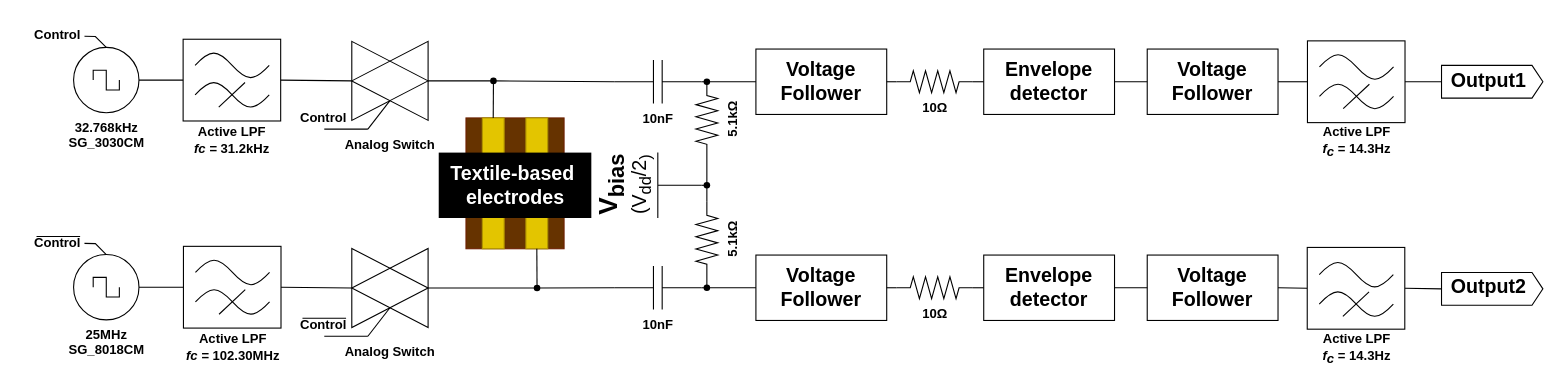
10matcho27/drawio_figure keeps this draw.io diagram as forSensorSymposium.drawio. Above is the earlier version. Source tidied: cells renumbered, new cells numbered last; positions are measured from the earlier drawing's top-left corner, leaving out a move shared by most shapes. Both pictures are drawn from the tidied source at 109%, with x=0, y=0 at pixel (19, 19).
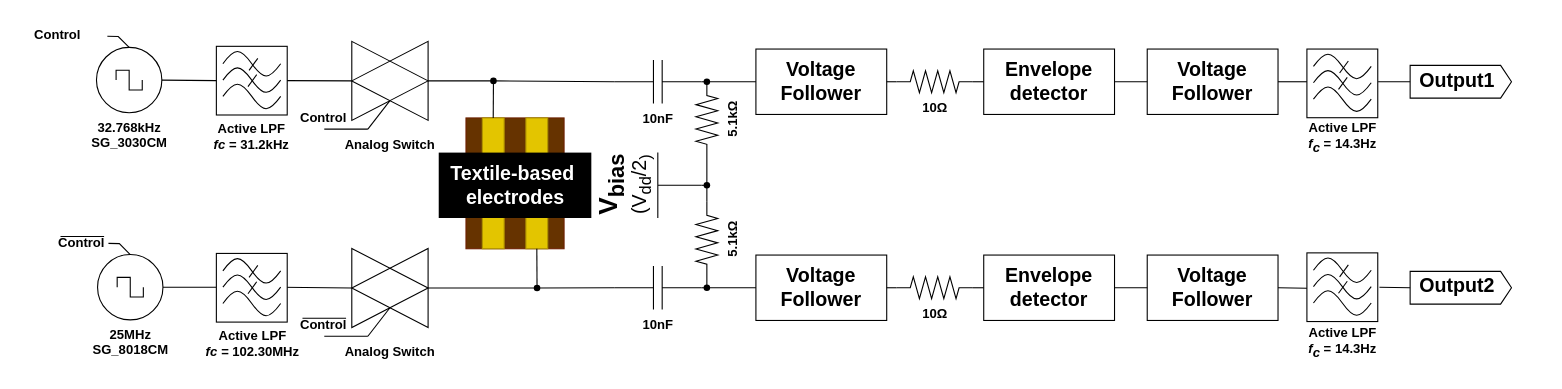
The same page after the edit.

Commit message:
forSensorSymposium.drawio を更新します

Unchanged cells that the change refers to:
```xml
<mxCell id="33" value="&lt;font face=&quot;Century&quot;&gt;&lt;b&gt;Voltage Follower&lt;br&gt;&lt;/b&gt;&lt;/font&gt;" style="rounded=0;whiteSpace=wrap;html=1;labelBackgroundColor=none;fontFamily=Helvetica;fontSize=18;fillColor=none;" parent="1" vertex="1">
  <mxGeometry x="1035" y="27.5" width="120" height="60" as="geometry" />
</mxCell>
<mxCell id="44" value="&lt;font face=&quot;Century&quot;&gt;&lt;b&gt;Voltage Follower&lt;br&gt;&lt;/b&gt;&lt;/font&gt;" style="rounded=0;whiteSpace=wrap;html=1;labelBackgroundColor=none;fontFamily=Helvetica;fontSize=18;fillColor=none;" parent="1" vertex="1">
  <mxGeometry x="1035" y="216.5" width="120" height="60" as="geometry" />
</mxCell>
<mxCell id="80" style="verticalLabelPosition=bottom;verticalAlign=top;html=1;shape=mxgraph.basic.acute_triangle;dx=0.5;rotation=-90;" parent="1" vertex="1">
  <mxGeometry x="304" y="211.7" width="72.5" height="70" as="geometry" />
</mxCell>
```

What changed in the source:
```diff
@@
     <mxCell id="2" value="&lt;div&gt;&lt;font face=&quot;Century&quot;&gt;&lt;b&gt;32.768kHz&lt;/b&gt;&lt;/font&gt;&lt;/div&gt;&lt;div&gt;&lt;font face=&quot;Century&quot;&gt;&lt;b&gt;SG_3030CM&lt;br&gt;&lt;/b&gt;&lt;/font&gt;&lt;/div&gt;" style="verticalLabelPosition=bottom;shadow=0;dashed=0;align=center;html=1;verticalAlign=top;shape=mxgraph.electrical.signal_sources.source;points=[[0.5,0,0],[1,0.5,0],[0.5,1,0],[0,0.5,0]];elSignalType=square;" parent="1" vertex="1">
-      <mxGeometry x="50" y="26" width="60" height="60" as="geometry" />
+      <mxGeometry x="71" y="26" width="60" height="60" as="geometry" />
     </mxCell>
@@
     <mxCell id="4" style="rounded=0;whiteSpace=wrap;html=1;" parent="1" vertex="1">
-      <mxGeometry x="150.5" y="18.5" width="89.5" height="75" as="geometry" />
+      <mxGeometry x="181" y="25" width="65" height="63" as="geometry" />
     </mxCell>
-    <mxCell id="5" style="verticalLabelPosition=bottom;shadow=0;dashed=0;align=center;html=1;verticalAlign=top;shape=mxgraph.electrical.waveforms.sine_wave;" parent="1" vertex="1">
-      <mxGeometry x="161.5" y="27.5" width="68" height="30" as="geometry" />
-    </mxCell>
-    <mxCell id="6" style="verticalLabelPosition=bottom;shadow=0;dashed=0;align=center;html=1;verticalAlign=top;shape=mxgraph.electrical.waveforms.sine_wave;" parent="1" vertex="1">
-      <mxGeometry x="161.5" y="54.5" width="68" height="30" as="geometry" />
-    </mxCell>
-    <mxCell id="7" style="endArrow=none;html=1;rounded=0;" parent="1" edge="1">
-      <mxGeometry relative="1" as="geometry">
-        <mxPoint x="183.2" y="80.8" as="sourcePoint" />
-        <mxPoint x="207.3" y="58.2" as="targetPoint" />
-      </mxGeometry>
-    </mxCell>
@@
     <mxCell id="9" value="&lt;div&gt;&lt;font face=&quot;Century&quot;&gt;&lt;b&gt;Active LPF&lt;/b&gt;&lt;/font&gt;&lt;/div&gt;&lt;div&gt;&lt;font face=&quot;Century&quot;&gt;&lt;b&gt;&lt;i&gt;fc = &lt;/i&gt;31.2kHz&lt;br&gt;&lt;/b&gt;&lt;/font&gt;&lt;/div&gt;" style="text;html=1;align=center;verticalAlign=middle;strokeColor=none;fillColor=none;fontFamily=Helvetica;" parent="1" vertex="1">
-      <mxGeometry x="145" y="91" width="100" height="40" as="geometry" />
+      <mxGeometry x="163" y="88" width="100" height="40" as="geometry" />
     </mxCell>
@@
     <mxCell id="34" style="shape=mxgraph.arrows2.arrow;verticalLabelPosition=bottom;shadow=0;dashed=0;align=center;html=1;verticalAlign=top;strokeWidth=1;dy=0;dx=10;notch=0;labelBackgroundColor=none;fontFamily=Helvetica;fontSize=18;fillColor=none;" parent="1" vertex="1">
-      <mxGeometry x="1305" y="42.5" width="93" height="30" as="geometry" />
+      <mxGeometry x="1276.2" y="42.5" width="93" height="30" as="geometry" />
     </mxCell>
     <mxCell id="35" value="&lt;font face=&quot;Century&quot;&gt;&lt;b&gt;Output1&lt;/b&gt;&lt;/font&gt;" style="text;html=1;align=center;verticalAlign=middle;strokeColor=none;fillColor=none;fontSize=18;fontFamily=Helvetica;" parent="1" vertex="1">
-      <mxGeometry x="1298" y="36.7" width="100" height="40" as="geometry" />
+      <mxGeometry x="1269.2" y="36.7" width="100" height="40" as="geometry" />
     </mxCell>
@@
-    <mxCell id="39" style="endArrow=none;html=1;rounded=0;exitX=1;exitY=0.5;exitDx=0;exitDy=0;entryX=0;entryY=0.5;entryDx=0;entryDy=0;" parent="1" edge="1" source="33" target="90">
-      <mxGeometry relative="1" as="geometry" />
+    <mxCell id="39" style="endArrow=none;html=1;rounded=0;exitX=1;exitY=0.5;exitDx=0;exitDy=0;entryX=0;entryY=0.5;entryDx=0;entryDy=0;" parent="1" edge="1" source="33">
+      <mxGeometry relative="1" as="geometry">
+        <mxPoint x="1182" y="57.5" as="targetPoint" />
+      </mxGeometry>
     </mxCell>
-    <mxCell id="40" style="endArrow=none;html=1;rounded=0;exitX=1;exitY=0.5;exitDx=0;exitDy=0;entryX=0;entryY=0.5;entryDx=0;entryDy=0;entryPerimeter=0;" parent="1" edge="1" source="90" target="34">
-      <mxGeometry relative="1" as="geometry" />
+    <mxCell id="40" style="endArrow=none;html=1;rounded=0;exitX=1;exitY=0.5;exitDx=0;exitDy=0;entryX=0;entryY=0.5;entryDx=0;entryDy=0;entryPerimeter=0;" parent="1" edge="1" target="34">
+      <mxGeometry relative="1" as="geometry">
+        <mxPoint x="1246.8" y="57.5" as="sourcePoint" />
+      </mxGeometry>
     </mxCell>
@@
     <mxCell id="45" style="shape=mxgraph.arrows2.arrow;verticalLabelPosition=bottom;shadow=0;dashed=0;align=center;html=1;verticalAlign=top;strokeWidth=1;dy=0;dx=10;notch=0;labelBackgroundColor=none;fontFamily=Helvetica;fontSize=18;fillColor=none;" parent="1" vertex="1">
-      <mxGeometry x="1305" y="232.5" width="93" height="30" as="geometry" />
+      <mxGeometry x="1276.2" y="231.5" width="93" height="30" as="geometry" />
     </mxCell>
     <mxCell id="46" value="&lt;font face=&quot;Century&quot;&gt;&lt;b&gt;Output2&lt;/b&gt;&lt;/font&gt;" style="text;html=1;align=center;verticalAlign=middle;strokeColor=none;fillColor=none;fontSize=18;fontFamily=Helvetica;" parent="1" vertex="1">
-      <mxGeometry x="1298" y="226" width="100" height="40" as="geometry" />
+      <mxGeometry x="1269.2" y="225" width="100" height="40" as="geometry" />
     </mxCell>
@@
-    <mxCell id="50" style="endArrow=none;html=1;rounded=0;exitX=1;exitY=0.5;exitDx=0;exitDy=0;entryX=0;entryY=0.5;entryDx=0;entryDy=0;" parent="1" edge="1" source="44" target="95">
-      <mxGeometry relative="1" as="geometry" />
+    <mxCell id="50" style="endArrow=none;html=1;rounded=0;exitX=1;exitY=0.5;exitDx=0;exitDy=0;entryX=0;entryY=0.5;entryDx=0;entryDy=0;" parent="1" edge="1" source="44">
+      <mxGeometry relative="1" as="geometry">
+        <mxPoint x="1181.8" y="247" as="targetPoint" />
+      </mxGeometry>
     </mxCell>
-    <mxCell id="51" style="endArrow=none;html=1;rounded=0;exitX=1;exitY=0.5;exitDx=0;exitDy=0;entryX=0;entryY=0.5;entryDx=0;entryDy=0;entryPerimeter=0;" parent="1" edge="1" source="95" target="45">
+    <mxCell id="51" style="endArrow=none;html=1;rounded=0;entryX=0;entryY=0.5;entryDx=0;entryDy=0;entryPerimeter=0;exitX=1.142;exitY=0.017;exitDx=0;exitDy=0;exitPerimeter=0;" parent="1" edge="1" source="120" target="45">
       <mxGeometry relative="1" as="geometry" />
     </mxCell>
     <mxCell id="52" value="&lt;div&gt;&lt;font face=&quot;Century&quot;&gt;&lt;b&gt;25MHz&lt;/b&gt;&lt;/font&gt;&lt;/div&gt;&lt;div&gt;&lt;font face=&quot;Century&quot;&gt;&lt;b&gt;SG_8018CM&lt;br&gt;&lt;/b&gt;&lt;/font&gt;&lt;/div&gt;" style="verticalLabelPosition=bottom;shadow=0;dashed=0;align=center;html=1;verticalAlign=top;shape=mxgraph.electrical.signal_sources.source;points=[[0.5,0,0],[1,0.5,0],[0.5,1,0],[0,0.5,0]];elSignalType=square;" parent="1" vertex="1">
-      <mxGeometry x="50" y="216" width="60" height="60" as="geometry" />
+      <mxGeometry x="72" y="216" width="60" height="60" as="geometry" />
     </mxCell>
-    <mxCell id="53" style="endArrow=none;html=1;rounded=0;exitX=1;exitY=0.5;exitDx=0;exitDy=0;exitPerimeter=0;entryX=0;entryY=0.5;entryDx=0;entryDy=0;" parent="1" edge="1" source="52" target="54">
+    <mxCell id="53" style="endArrow=none;html=1;rounded=0;exitX=1;exitY=0.5;exitDx=0;exitDy=0;exitPerimeter=0;entryX=-0.113;entryY=0;entryDx=0;entryDy=0;entryPerimeter=0;" parent="1" edge="1" source="52" target="108">
       <mxGeometry relative="1" as="geometry" />
     </mxCell>
-    <mxCell id="54" style="rounded=0;whiteSpace=wrap;html=1;" parent="1" vertex="1">
-      <mxGeometry x="150.8" y="208.5" width="89.5" height="75" as="geometry" />
-    </mxCell>
-    <mxCell id="55" style="verticalLabelPosition=bottom;shadow=0;dashed=0;align=center;html=1;verticalAlign=top;shape=mxgraph.electrical.waveforms.sine_wave;" parent="1" vertex="1">
-      <mxGeometry x="161.8" y="217.5" width="68" height="30" as="geometry" />
-    </mxCell>
-    <mxCell id="56" style="verticalLabelPosition=bottom;shadow=0;dashed=0;align=center;html=1;verticalAlign=top;shape=mxgraph.electrical.waveforms.sine_wave;" parent="1" vertex="1">
-      <mxGeometry x="161.8" y="244.5" width="68" height="30" as="geometry" />
-    </mxCell>
-    <mxCell id="57" style="endArrow=none;html=1;rounded=0;" parent="1" edge="1">
-      <mxGeometry relative="1" as="geometry">
-        <mxPoint x="183.5" y="270.8" as="sourcePoint" />
-        <mxPoint x="207.5" y="248.2" as="targetPoint" />
-      </mxGeometry>
-    </mxCell>
@@
     <mxCell id="68" style="endArrow=none;html=1;rounded=0;entryX=0.5;entryY=0;entryDx=0;entryDy=0;entryPerimeter=0;" parent="1" edge="1" target="2">
       <mxGeometry relative="1" as="geometry">
-        <mxPoint x="60" y="15.8" as="sourcePoint" />
+        <mxPoint x="81" y="15.8" as="sourcePoint" />
         <Array as="points">
-          <mxPoint x="70" y="16" />
+          <mxPoint x="91" y="16" />
         </Array>
       </mxGeometry>
     </mxCell>
@@
     <mxCell id="70" style="endArrow=none;html=1;rounded=0;entryX=0.5;entryY=0;entryDx=0;entryDy=0;entryPerimeter=0;" parent="1" edge="1">
       <mxGeometry relative="1" as="geometry">
-        <mxPoint x="60" y="205.8" as="sourcePoint" />
-        <mxPoint x="80" y="216" as="targetPoint" />
+        <mxPoint x="82" y="205.8" as="sourcePoint" />
+        <mxPoint x="102" y="216" as="targetPoint" />
         <Array as="points">
-          <mxPoint x="70" y="206" />
+          <mxPoint x="92" y="206" />
         </Array>
       </mxGeometry>
     </mxCell>
     <mxCell id="71" value="&lt;font face=&quot;Century&quot;&gt;&lt;b&gt;Control&lt;/b&gt;&lt;/font&gt;" style="text;html=1;align=center;verticalAlign=middle;strokeColor=none;fillColor=none;fontFamily=Century;" parent="1" vertex="1">
-      <mxGeometry y="191" width="70" height="30" as="geometry" />
+      <mxGeometry x="22" y="191" width="70" height="30" as="geometry" />
     </mxCell>
@@
-    <mxCell id="77" style="endArrow=none;html=1;rounded=0;entryX=0;entryY=0;entryDx=36.25;entryDy=0;entryPerimeter=0;exitX=1;exitY=0.5;exitDx=0;exitDy=0;" parent="1" edge="1" source="54" target="80">
-      <mxGeometry relative="1" as="geometry" />
+    <mxCell id="77" style="endArrow=none;html=1;rounded=0;entryX=0;entryY=0;entryDx=36.25;entryDy=0;entryPerimeter=0;exitX=1;exitY=0.5;exitDx=0;exitDy=0;" parent="1" edge="1" target="80">
+      <mxGeometry relative="1" as="geometry">
+        <mxPoint x="240.2" y="246" as="sourcePoint" />
+      </mxGeometry>
     </mxCell>
@@
     <mxCell id="87" style="endArrow=none;html=1;rounded=0;" parent="1" edge="1">
       <mxGeometry relative="1" as="geometry">
-        <mxPoint x="16" y="199.4" as="sourcePoint" />
-        <mxPoint x="56" y="199.4" as="targetPoint" />
+        <mxPoint x="38" y="199.4" as="sourcePoint" />
+        <mxPoint x="78" y="199.4" as="targetPoint" />
       </mxGeometry>
     </mxCell>
@@
     <mxCell id="89" value="&lt;div&gt;&lt;font face=&quot;Century&quot;&gt;&lt;b&gt;Active LPF&lt;/b&gt;&lt;/font&gt;&lt;/div&gt;&lt;div&gt;&lt;font face=&quot;Century&quot;&gt;&lt;b&gt;&lt;i&gt;fc = &lt;/i&gt;102.30MHz&lt;br&gt;&lt;/b&gt;&lt;/font&gt;&lt;/div&gt;" style="text;html=1;align=center;verticalAlign=middle;strokeColor=none;fillColor=none;fontFamily=Helvetica;" parent="1" vertex="1">
-      <mxGeometry x="140.8" y="281" width="110" height="40" as="geometry" />
+      <mxGeometry x="158.8" y="278" width="110" height="40" as="geometry" />
     </mxCell>
-    <mxCell id="90" style="rounded=0;whiteSpace=wrap;html=1;" parent="1" vertex="1">
-      <mxGeometry x="1182" y="20" width="89.5" height="75" as="geometry" />
-    </mxCell>
-    <mxCell id="91" style="verticalLabelPosition=bottom;shadow=0;dashed=0;align=center;html=1;verticalAlign=top;shape=mxgraph.electrical.waveforms.sine_wave;" parent="1" vertex="1">
-      <mxGeometry x="1193" y="29" width="68" height="30" as="geometry" />
-    </mxCell>
-    <mxCell id="92" style="verticalLabelPosition=bottom;shadow=0;dashed=0;align=center;html=1;verticalAlign=top;shape=mxgraph.electrical.waveforms.sine_wave;" parent="1" vertex="1">
-      <mxGeometry x="1193" y="56" width="68" height="30" as="geometry" />
-    </mxCell>
-    <mxCell id="93" style="endArrow=none;html=1;rounded=0;" parent="1" edge="1">
-      <mxGeometry relative="1" as="geometry">
-        <mxPoint x="1214.8" y="82.2" as="sourcePoint" />
-        <mxPoint x="1238.8" y="59.8" as="targetPoint" />
-      </mxGeometry>
-    </mxCell>
     <mxCell id="94" value="&lt;div style=&quot;font-size: 12px;&quot;&gt;&lt;b style=&quot;font-size: 12px;&quot;&gt;Active LPF&lt;/b&gt;&lt;/div&gt;&lt;div style=&quot;font-size: 12px;&quot;&gt;&lt;b style=&quot;font-size: 12px;&quot;&gt;&lt;i style=&quot;font-size: 12px;&quot;&gt;f&lt;sub style=&quot;font-size: 12px;&quot;&gt;c&lt;/sub&gt; &lt;/i&gt;= 14.3Hz&lt;br style=&quot;font-size: 12px;&quot;&gt;&lt;/b&gt;&lt;/div&gt;" style="text;html=1;align=center;verticalAlign=middle;strokeColor=none;fillColor=none;fontSize=12;fontFamily=Century;" parent="1" vertex="1">
-      <mxGeometry x="1181.8" y="92.5" width="90" height="40" as="geometry" />
+      <mxGeometry x="1168.8" y="88.5" width="90" height="40" as="geometry" />
     </mxCell>
-    <mxCell id="95" style="rounded=0;whiteSpace=wrap;html=1;" parent="1" vertex="1">
-      <mxGeometry x="1181.8" y="209.5" width="89.5" height="75" as="geometry" />
-    </mxCell>
-    <mxCell id="96" style="verticalLabelPosition=bottom;shadow=0;dashed=0;align=center;html=1;verticalAlign=top;shape=mxgraph.electrical.waveforms.sine_wave;" parent="1" vertex="1">
-      <mxGeometry x="1192.8" y="219.5" width="68" height="30" as="geometry" />
-    </mxCell>
-    <mxCell id="97" style="verticalLabelPosition=bottom;shadow=0;dashed=0;align=center;html=1;verticalAlign=top;shape=mxgraph.electrical.waveforms.sine_wave;" parent="1" vertex="1">
-      <mxGeometry x="1192.8" y="246.5" width="68" height="30" as="geometry" />
-    </mxCell>
-    <mxCell id="98" style="endArrow=none;html=1;rounded=0;" parent="1" edge="1">
-      <mxGeometry relative="1" as="geometry">
-        <mxPoint x="1214.5" y="272.8" as="sourcePoint" />
-        <mxPoint x="1238.5" y="250.2" as="targetPoint" />
-      </mxGeometry>
-    </mxCell>
+    <mxCell id="100" style="verticalLabelPosition=bottom;shadow=0;dashed=0;align=center;html=1;verticalAlign=top;shape=mxgraph.electrical.waveforms.sine_wave;" parent="1" vertex="1">
+      <mxGeometry x="187" y="26" width="53" height="30" as="geometry" />
+    </mxCell>
+    <mxCell id="101" style="verticalLabelPosition=bottom;shadow=0;dashed=0;align=center;html=1;verticalAlign=top;shape=mxgraph.electrical.waveforms.sine_wave;" parent="1" vertex="1">
+      <mxGeometry x="187" y="41" width="53" height="30" as="geometry" />
+    </mxCell>
+    <mxCell id="102" style="verticalLabelPosition=bottom;shadow=0;dashed=0;align=center;html=1;verticalAlign=top;shape=mxgraph.electrical.waveforms.sine_wave;" parent="1" vertex="1">
+      <mxGeometry x="187" y="56" width="53" height="30" as="geometry" />
+    </mxCell>
+    <mxCell id="103" style="endArrow=none;html=1;rounded=0;" parent="1" edge="1">
+      <mxGeometry relative="1" as="geometry">
+        <mxPoint x="211" y="47" as="sourcePoint" />
+        <mxPoint x="219" y="36" as="targetPoint" />
+      </mxGeometry>
+    </mxCell>
+    <mxCell id="104" style="endArrow=none;html=1;rounded=0;" parent="1" edge="1">
+      <mxGeometry relative="1" as="geometry">
+        <mxPoint x="210" y="62" as="sourcePoint" />
+        <mxPoint x="218" y="51" as="targetPoint" />
+      </mxGeometry>
+    </mxCell>
+    <mxCell id="105" style="rounded=0;whiteSpace=wrap;html=1;" parent="1" vertex="1">
+      <mxGeometry x="181" y="215" width="65" height="63" as="geometry" />
+    </mxCell>
+    <mxCell id="106" style="verticalLabelPosition=bottom;shadow=0;dashed=0;align=center;html=1;verticalAlign=top;shape=mxgraph.electrical.waveforms.sine_wave;" parent="1" vertex="1">
+      <mxGeometry x="187" y="216" width="53" height="30" as="geometry" />
+    </mxCell>
+    <mxCell id="107" style="verticalLabelPosition=bottom;shadow=0;dashed=0;align=center;html=1;verticalAlign=top;shape=mxgraph.electrical.waveforms.sine_wave;" parent="1" vertex="1">
+      <mxGeometry x="187" y="231" width="53" height="30" as="geometry" />
+    </mxCell>
+    <mxCell id="108" style="verticalLabelPosition=bottom;shadow=0;dashed=0;align=center;html=1;verticalAlign=top;shape=mxgraph.electrical.waveforms.sine_wave;" parent="1" vertex="1">
+      <mxGeometry x="187" y="246" width="53" height="30" as="geometry" />
+    </mxCell>
+    <mxCell id="109" style="endArrow=none;html=1;rounded=0;" parent="1" edge="1">
+      <mxGeometry relative="1" as="geometry">
+        <mxPoint x="211" y="237" as="sourcePoint" />
+        <mxPoint x="219" y="226" as="targetPoint" />
+      </mxGeometry>
+    </mxCell>
+    <mxCell id="110" style="endArrow=none;html=1;rounded=0;" parent="1" edge="1">
+      <mxGeometry relative="1" as="geometry">
+        <mxPoint x="210" y="252" as="sourcePoint" />
+        <mxPoint x="218" y="241" as="targetPoint" />
+      </mxGeometry>
+    </mxCell>
+    <mxCell id="111" style="rounded=0;whiteSpace=wrap;html=1;" parent="1" vertex="1">
+      <mxGeometry x="1181.5" y="27.5" width="65" height="63" as="geometry" />
+    </mxCell>
+    <mxCell id="112" style="verticalLabelPosition=bottom;shadow=0;dashed=0;align=center;html=1;verticalAlign=top;shape=mxgraph.electrical.waveforms.sine_wave;" parent="1" vertex="1">
+      <mxGeometry x="1187.5" y="28.5" width="53" height="30" as="geometry" />
+    </mxCell>
+    <mxCell id="113" style="verticalLabelPosition=bottom;shadow=0;dashed=0;align=center;html=1;verticalAlign=top;shape=mxgraph.electrical.waveforms.sine_wave;" parent="1" vertex="1">
+      <mxGeometry x="1187.5" y="43.5" width="53" height="30" as="geometry" />
+    </mxCell>
+    <mxCell id="114" style="verticalLabelPosition=bottom;shadow=0;dashed=0;align=center;html=1;verticalAlign=top;shape=mxgraph.electrical.waveforms.sine_wave;" parent="1" vertex="1">
+      <mxGeometry x="1187.5" y="58.5" width="53" height="30" as="geometry" />
+    </mxCell>
+    <mxCell id="115" style="endArrow=none;html=1;rounded=0;" parent="1" edge="1">
+      <mxGeometry relative="1" as="geometry">
+        <mxPoint x="1211.5" y="49.5" as="sourcePoint" />
+        <mxPoint x="1219.5" y="38.5" as="targetPoint" />
+      </mxGeometry>
+    </mxCell>
+    <mxCell id="116" style="endArrow=none;html=1;rounded=0;" parent="1" edge="1">
+      <mxGeometry relative="1" as="geometry">
+        <mxPoint x="1210.5" y="64.5" as="sourcePoint" />
+        <mxPoint x="1218.5" y="53.5" as="targetPoint" />
+      </mxGeometry>
+    </mxCell>
     <mxCell id="99" value="&lt;div style=&quot;font-size: 12px;&quot;&gt;&lt;b style=&quot;font-size: 12px;&quot;&gt;Active LPF&lt;/b&gt;&lt;/div&gt;&lt;div style=&quot;font-size: 12px;&quot;&gt;&lt;b style=&quot;font-size: 12px;&quot;&gt;&lt;i style=&quot;font-size: 12px;&quot;&gt;f&lt;sub style=&quot;font-size: 12px;&quot;&gt;c&lt;/sub&gt; &lt;/i&gt;= 14.3Hz&lt;br style=&quot;font-size: 12px;&quot;&gt;&lt;/b&gt;&lt;/div&gt;" style="text;html=1;align=center;verticalAlign=middle;strokeColor=none;fillColor=none;fontSize=12;fontFamily=Century;" parent="1" vertex="1">
-      <mxGeometry x="1181.5" y="283" width="90" height="40" as="geometry" />
+      <mxGeometry x="1168.8" y="276.5" width="90" height="40" as="geometry" />
     </mxCell>
+    <mxCell id="117" style="rounded=0;whiteSpace=wrap;html=1;" parent="1" vertex="1">
+      <mxGeometry x="1181.5" y="214.5" width="65" height="63" as="geometry" />
+    </mxCell>
+    <mxCell id="118" style="verticalLabelPosition=bottom;shadow=0;dashed=0;align=center;html=1;verticalAlign=top;shape=mxgraph.electrical.waveforms.sine_wave;" parent="1" vertex="1">
+      <mxGeometry x="1187.5" y="215.5" width="53" height="30" as="geometry" />
+    </mxCell>
+    <mxCell id="119" style="verticalLabelPosition=bottom;shadow=0;dashed=0;align=center;html=1;verticalAlign=top;shape=mxgraph.electrical.waveforms.sine_wave;" parent="1" vertex="1">
+      <mxGeometry x="1187.5" y="230.5" width="53" height="30" as="geometry" />
+    </mxCell>
+    <mxCell id="120" style="verticalLabelPosition=bottom;shadow=0;dashed=0;align=center;html=1;verticalAlign=top;shape=mxgraph.electrical.waveforms.sine_wave;" parent="1" vertex="1">
+      <mxGeometry x="1187.5" y="245.5" width="53" height="30" as="geometry" />
+    </mxCell>
+    <mxCell id="121" style="endArrow=none;html=1;rounded=0;" parent="1" edge="1">
+      <mxGeometry relative="1" as="geometry">
+        <mxPoint x="1211.5" y="236.5" as="sourcePoint" />
+        <mxPoint x="1219.5" y="225.5" as="targetPoint" />
+      </mxGeometry>
+    </mxCell>
+    <mxCell id="122" style="endArrow=none;html=1;rounded=0;" parent="1" edge="1">
+      <mxGeometry relative="1" as="geometry">
+        <mxPoint x="1210.5" y="251.5" as="sourcePoint" />
+        <mxPoint x="1218.5" y="240.5" as="targetPoint" />
+      </mxGeometry>
+    </mxCell>
```
